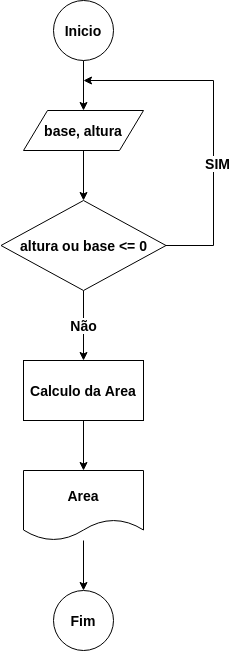
maumneto/IntroductionComputerScience keeps this draw.io diagram as CodeClasses/LoopCodes/cod7.drawio.png. Above is the earlier version. Source tidied: cells renumbered, new cells last; positions are measured from the earlier drawing's top-left corner, leaving out a move shared by most shapes.
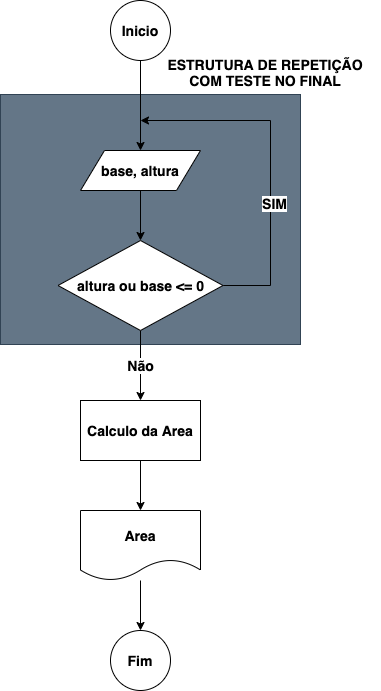
The same diagram one commit later.

The edit, as a diff of the source:
```diff
@@ -2,11 +2,14 @@
   <root>
     <mxCell id="0" />
     <mxCell id="1" parent="0" />
+    <mxCell id="15" style="rounded=0;whiteSpace=wrap;html=1;fillColor=#647687;strokeColor=#314354;fontColor=#ffffff;" parent="1" vertex="1">
+      <mxGeometry x="-58" y="54" width="300" height="250" as="geometry" />
+    </mxCell>
     <mxCell id="2" style="edgeStyle=orthogonalEdgeStyle;rounded=0;jettySize=auto;html=1;fontSize=14;fontStyle=1;" parent="1" edge="1" source="3" target="6">
       <mxGeometry relative="1" as="geometry" />
     </mxCell>
     <mxCell id="3" value="Inicio" style="ellipse;whiteSpace=wrap;html=1;fontSize=14;fontStyle=1;" parent="1" vertex="1">
-      <mxGeometry x="52" width="60" height="60" as="geometry" />
+      <mxGeometry x="52" y="-40" width="60" height="60" as="geometry" />
     </mxCell>
     <mxCell id="4" value="Fim" style="ellipse;whiteSpace=wrap;html=1;fontSize=14;fontStyle=1;" parent="1" vertex="1">
       <mxGeometry x="52" y="590" width="60" height="60" as="geometry" />
@@ -47,5 +50,8 @@
     <mxCell id="14" value="Area" style="shape=document;whiteSpace=wrap;html=1;boundedLbl=1;fontSize=14;fontStyle=1;" parent="1" vertex="1">
       <mxGeometry x="22" y="470" width="120" height="70" as="geometry" />
     </mxCell>
+    <mxCell id="16" value="ESTRUTURA DE REPETIÇÃO COM TESTE NO FINAL" style="text;html=1;strokeColor=none;fillColor=none;align=center;verticalAlign=middle;whiteSpace=wrap;rounded=0;fontSize=14;fontStyle=1;" parent="1" vertex="1">
+      <mxGeometry x="92" y="22" width="230" height="20" as="geometry" />
+    </mxCell>
   </root>
 </mxGraphModel>
```
